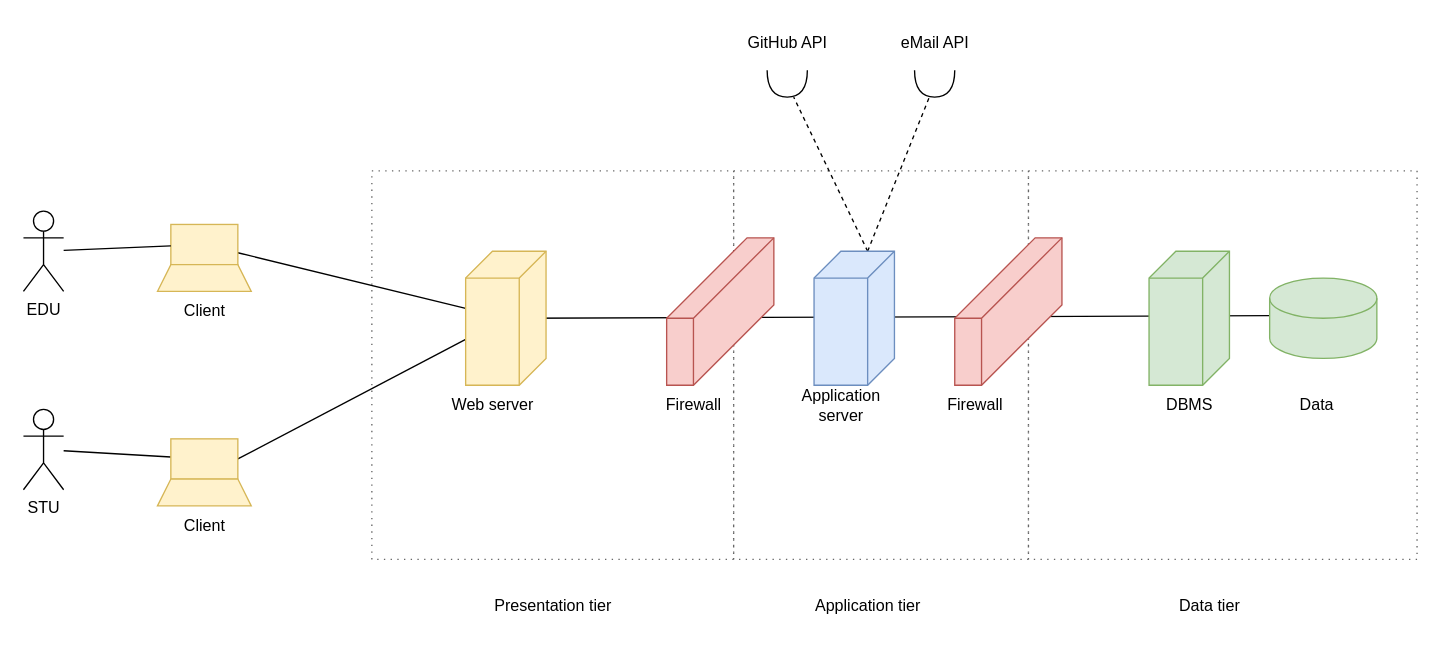
Before: page "High level components" (1 of 9) of DD/images/diagrams/chapter2.drawio in pontig/sw-eng-2-PasiniPontiggiaStasi, a draw.io diagram. Source tidied: cells renumbered, new cells numbered last; positions are measured from the earlier drawing's top-left corner, leaving out a move shared by most shapes. Both pictures are drawn from the tidied source at 134%, with x=0, y=0 at pixel (23, 23).
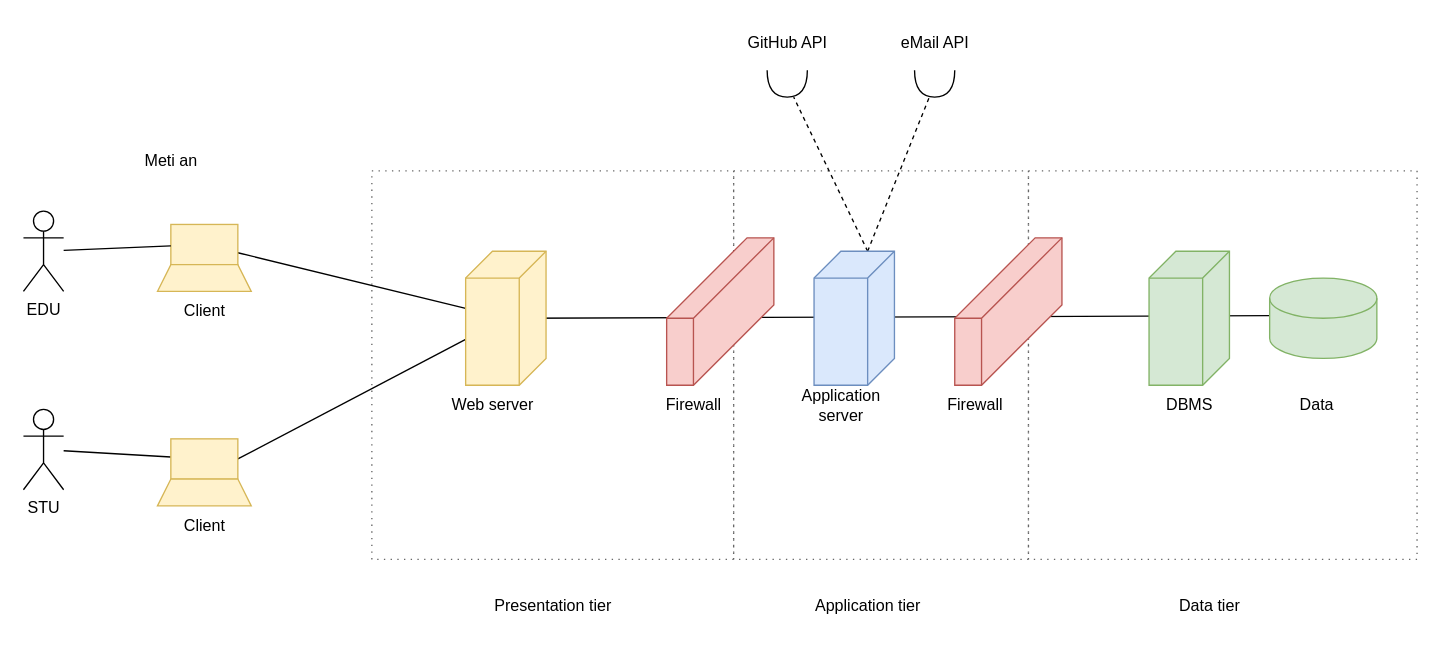
The same page after the edit.

The edit, as a diff of the source:
```diff
@@
+    <mxCell id="39" value="Meti an&lt;br&gt;" style="text;html=1;align=center;verticalAlign=middle;strokeColor=none;fillColor=none;" parent="1" vertex="1">
+      <mxGeometry x="80" y="88" width="60" height="30" as="geometry" />
+    </mxCell>
```
